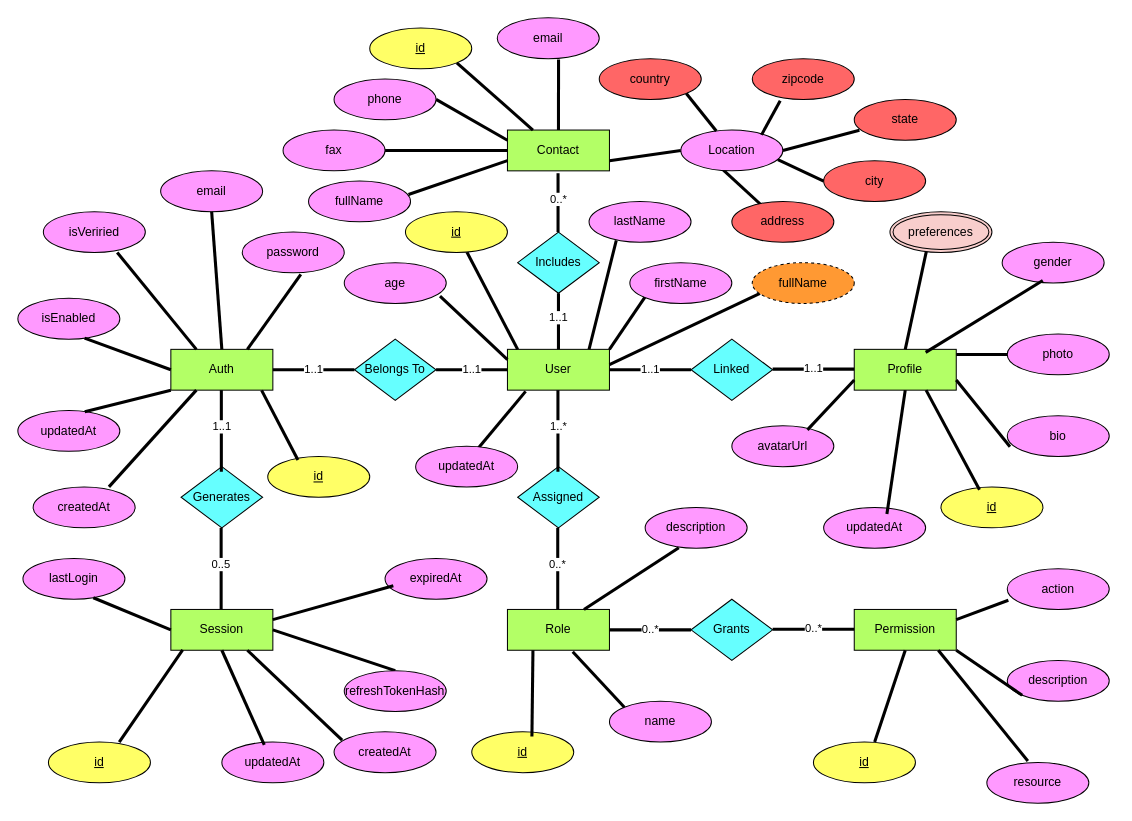
The draw.io diagram documentation/database/logical/logical-design.drawio in jadogeri/Server-Template-NestJS-REST, before the edit. Source tidied: cells renumbered, new cells numbered last; positions are measured from the earlier drawing's top-left corner, leaving out a move shared by most shapes. Both pictures are drawn from the tidied source at 102%, with x=0, y=0 at pixel (17, 17).
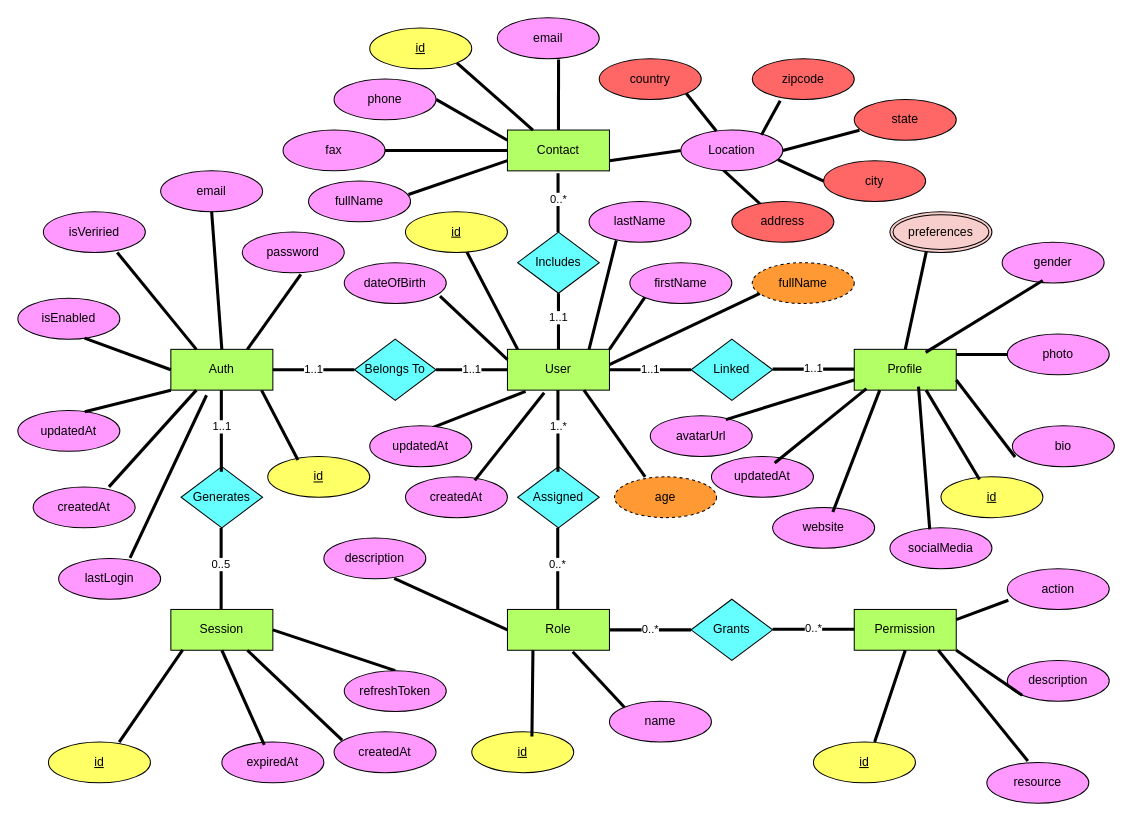
The same diagram, later.

Commit message (it also covers changes not shown here):
Updated logical design

Unchanged cells that the change refers to:
```xml
<mxCell id="2" value="Auth" style="whiteSpace=wrap;html=1;align=center;fillColor=#B3FF66;" parent="1" vertex="1">
  <mxGeometry x="150" y="325" width="100" height="40" as="geometry" />
</mxCell>
<mxCell id="3" value="User" style="whiteSpace=wrap;html=1;align=center;fillColor=#B3FF66;" parent="1" vertex="1">
  <mxGeometry x="480" y="325" width="100" height="40" as="geometry" />
</mxCell>
<mxCell id="6" value="Profile" style="whiteSpace=wrap;html=1;align=center;fillColor=#B3FF66;" parent="1" vertex="1">
  <mxGeometry x="820" y="325" width="100" height="40" as="geometry" />
</mxCell>
<mxCell id="15" value="Role" style="whiteSpace=wrap;html=1;align=center;direction=east;fillColor=#B3FF66;" parent="1" vertex="1">
  <mxGeometry x="480" y="580" width="100" height="40" as="geometry" />
</mxCell>
<mxCell id="21" value="Session" style="whiteSpace=wrap;html=1;align=center;direction=east;fillColor=#B3FF66;" parent="1" vertex="1">
  <mxGeometry x="150" y="580" width="100" height="40" as="geometry" />
</mxCell>
```

Diff of the diagram source:
```diff
@@
     <mxCell id="27" value="id" style="ellipse;whiteSpace=wrap;html=1;align=center;fontStyle=4;fillColor=#FFFF66;" parent="1" vertex="1">
-      <mxGeometry x="905" y="460" width="100" height="40" as="geometry" />
+      <mxGeometry x="905" y="450" width="100" height="40" as="geometry" />
     </mxCell>
@@
     <mxCell id="30" value="bio" style="ellipse;whiteSpace=wrap;html=1;align=center;fillColor=#FF99FF;" parent="1" vertex="1">
-      <mxGeometry x="970" y="390" width="100" height="40" as="geometry" />
+      <mxGeometry x="975" y="400" width="100" height="40" as="geometry" />
     </mxCell>
@@
-    <mxCell id="52" value="updatedAt" style="ellipse;whiteSpace=wrap;html=1;align=center;fillColor=#FF99FF;" parent="1" vertex="1">
+    <mxCell id="52" value="expiredAt" style="ellipse;whiteSpace=wrap;html=1;align=center;fillColor=#FF99FF;" parent="1" vertex="1">
       <mxGeometry x="200" y="710" width="100" height="40" as="geometry" />
     </mxCell>
-    <mxCell id="53" value="age" style="ellipse;whiteSpace=wrap;html=1;align=center;fillColor=#FF99FF;" parent="1" vertex="1">
+    <mxCell id="53" value="dateOfBirth" style="ellipse;whiteSpace=wrap;html=1;align=center;fillColor=#FF99FF;" parent="1" vertex="1">
       <mxGeometry x="320" y="240" width="100" height="40" as="geometry" />
     </mxCell>
@@
-    <mxCell id="69" value="refreshTokenHash" style="ellipse;whiteSpace=wrap;html=1;align=center;fillColor=#FF99FF;" parent="1" vertex="1">
+    <mxCell id="69" value="refreshToken" style="ellipse;whiteSpace=wrap;html=1;align=center;fillColor=#FF99FF;" parent="1" vertex="1">
       <mxGeometry x="320" y="640" width="100" height="40" as="geometry" />
     </mxCell>
@@
     <mxCell id="81" value="lastLogin" style="ellipse;whiteSpace=wrap;html=1;align=center;fillColor=#FF99FF;" parent="1" vertex="1">
-      <mxGeometry x="5" y="530" width="100" height="40" as="geometry" />
+      <mxGeometry x="40" y="530" width="100" height="40" as="geometry" />
     </mxCell>
@@
-    <mxCell id="90" style="endArrow=none;html=1;rounded=0;strokeWidth=3;shape=wire;dashed=1;exitX=0.69;exitY=0.963;exitDx=0;exitDy=0;exitPerimeter=0;entryX=0;entryY=0.5;entryDx=0;entryDy=0;" parent="1" edge="1" source="81" target="21">
+    <mxCell id="90" style="endArrow=none;html=1;rounded=0;strokeWidth=3;shape=wire;dashed=1;entryX=0.35;entryY=1.125;entryDx=0;entryDy=0;entryPerimeter=0;exitX=0.7;exitY=-0.012;exitDx=0;exitDy=0;exitPerimeter=0;" parent="1" edge="1" source="81" target="2">
       <mxGeometry x="-0.11" relative="1" as="geometry" />
     </mxCell>
@@
     <mxCell id="98" value="description" style="ellipse;whiteSpace=wrap;html=1;align=center;fillColor=#FF99FF;" parent="1" vertex="1">
-      <mxGeometry x="615" y="480" width="100" height="40" as="geometry" />
+      <mxGeometry x="300" y="510" width="100" height="40" as="geometry" />
     </mxCell>
-    <mxCell id="99" style="endArrow=none;html=1;rounded=0;entryX=0.75;entryY=0;entryDx=0;entryDy=0;strokeWidth=3;shape=wire;dashed=1;exitX=0.33;exitY=0.988;exitDx=0;exitDy=0;exitPerimeter=0;" parent="1" edge="1" source="98" target="15">
+    <mxCell id="99" style="endArrow=none;html=1;rounded=0;entryX=0;entryY=0.5;entryDx=0;entryDy=0;strokeWidth=3;shape=wire;dashed=1;exitX=0.69;exitY=0.987;exitDx=0;exitDy=0;exitPerimeter=0;" parent="1" edge="1" source="98" target="15">
       <mxGeometry x="-0.11" relative="1" as="geometry" />
     </mxCell>
@@
     <mxCell id="101" value="updatedAt" style="ellipse;whiteSpace=wrap;html=1;align=center;fillColor=#FF99FF;" parent="1" vertex="1">
-      <mxGeometry x="790" y="480" width="100" height="40" as="geometry" />
+      <mxGeometry x="680" y="430" width="100" height="40" as="geometry" />
     </mxCell>
@@
-    <mxCell id="103" style="endArrow=none;html=1;rounded=0;entryX=0.62;entryY=0.162;entryDx=0;entryDy=0;strokeWidth=3;shape=wire;dashed=1;exitX=0.5;exitY=1;exitDx=0;exitDy=0;entryPerimeter=0;" parent="1" edge="1" source="6" target="101">
+    <mxCell id="103" style="endArrow=none;html=1;rounded=0;entryX=0.62;entryY=0.162;entryDx=0;entryDy=0;strokeWidth=3;shape=wire;dashed=1;exitX=0.12;exitY=0.962;exitDx=0;exitDy=0;entryPerimeter=0;exitPerimeter=0;" parent="1" edge="1" source="6" target="101">
       <mxGeometry x="-0.11" relative="1" as="geometry" />
     </mxCell>
-    <mxCell id="104" value="expiredAt" style="ellipse;whiteSpace=wrap;html=1;align=center;fillColor=#FF99FF;" parent="1" vertex="1">
-      <mxGeometry x="360" y="530" width="100" height="40" as="geometry" />
-    </mxCell>
-    <mxCell id="105" style="endArrow=none;html=1;rounded=0;entryX=1;entryY=0.25;entryDx=0;entryDy=0;strokeWidth=3;shape=wire;dashed=1;exitX=0.081;exitY=0.668;exitDx=0;exitDy=0;exitPerimeter=0;" parent="1" edge="1" source="104" target="21">
-      <mxGeometry x="-0.11" relative="1" as="geometry" />
-    </mxCell>
@@
     <mxCell id="112" value="avatarUrl" style="ellipse;whiteSpace=wrap;html=1;align=center;fillColor=#FF99FF;" parent="1" vertex="1">
-      <mxGeometry x="700" y="400" width="100" height="40" as="geometry" />
+      <mxGeometry x="620" y="390" width="100" height="40" as="geometry" />
     </mxCell>
@@
     <mxCell id="114" value="updatedAt" style="ellipse;whiteSpace=wrap;html=1;align=center;fillColor=#FF99FF;" parent="1" vertex="1">
-      <mxGeometry x="390" y="420" width="100" height="40" as="geometry" />
+      <mxGeometry x="345" y="400" width="100" height="40" as="geometry" />
     </mxCell>
+    <mxCell id="115" value="socialMedia" style="ellipse;whiteSpace=wrap;html=1;align=center;fillColor=#FF99FF;" parent="1" vertex="1">
+      <mxGeometry x="855" y="500" width="100" height="40" as="geometry" />
+    </mxCell>
+    <mxCell id="116" value="website" style="ellipse;whiteSpace=wrap;html=1;align=center;fillColor=#FF99FF;" parent="1" vertex="1">
+      <mxGeometry x="740" y="480" width="100" height="40" as="geometry" />
+    </mxCell>
+    <mxCell id="117" style="endArrow=none;html=1;rounded=0;entryX=0.25;entryY=1;entryDx=0;entryDy=0;strokeWidth=3;shape=wire;dashed=1;exitX=0.59;exitY=0.113;exitDx=0;exitDy=0;exitPerimeter=0;" parent="1" edge="1" source="116" target="6">
+      <mxGeometry x="-0.11" relative="1" as="geometry" />
+    </mxCell>
+    <mxCell id="118" style="endArrow=none;html=1;rounded=0;entryX=0.39;entryY=0.037;entryDx=0;entryDy=0;strokeWidth=3;shape=wire;dashed=1;entryPerimeter=0;exitX=0.63;exitY=0.912;exitDx=0;exitDy=0;exitPerimeter=0;" parent="1" edge="1" source="6" target="115">
+      <mxGeometry x="-0.11" relative="1" as="geometry" />
+    </mxCell>
+    <mxCell id="119" value="createdAt" style="ellipse;whiteSpace=wrap;html=1;align=center;fillColor=#FF99FF;" parent="1" vertex="1">
+      <mxGeometry x="380" y="450" width="100" height="40" as="geometry" />
+    </mxCell>
+    <mxCell id="120" style="endArrow=none;html=1;rounded=0;strokeWidth=3;shape=wire;dashed=1;exitX=0.36;exitY=1.062;exitDx=0;exitDy=0;exitPerimeter=0;entryX=0.68;entryY=0.087;entryDx=0;entryDy=0;entryPerimeter=0;" parent="1" edge="1" source="3" target="119">
+      <mxGeometry x="-0.11" relative="1" as="geometry" />
+    </mxCell>
+    <mxCell id="121" value="age" style="ellipse;whiteSpace=wrap;html=1;align=center;dashed=1;fillColor=#FF9933;" parent="1" vertex="1">
+      <mxGeometry x="585" y="450" width="100" height="40" as="geometry" />
+    </mxCell>
+    <mxCell id="122" style="endArrow=none;html=1;rounded=0;entryX=0.3;entryY=0;entryDx=0;entryDy=0;strokeWidth=3;shape=wire;dashed=1;exitX=0.75;exitY=1;exitDx=0;exitDy=0;entryPerimeter=0;" parent="1" edge="1" source="3" target="121">
+      <mxGeometry x="-0.11" relative="1" as="geometry" />
+    </mxCell>
```
